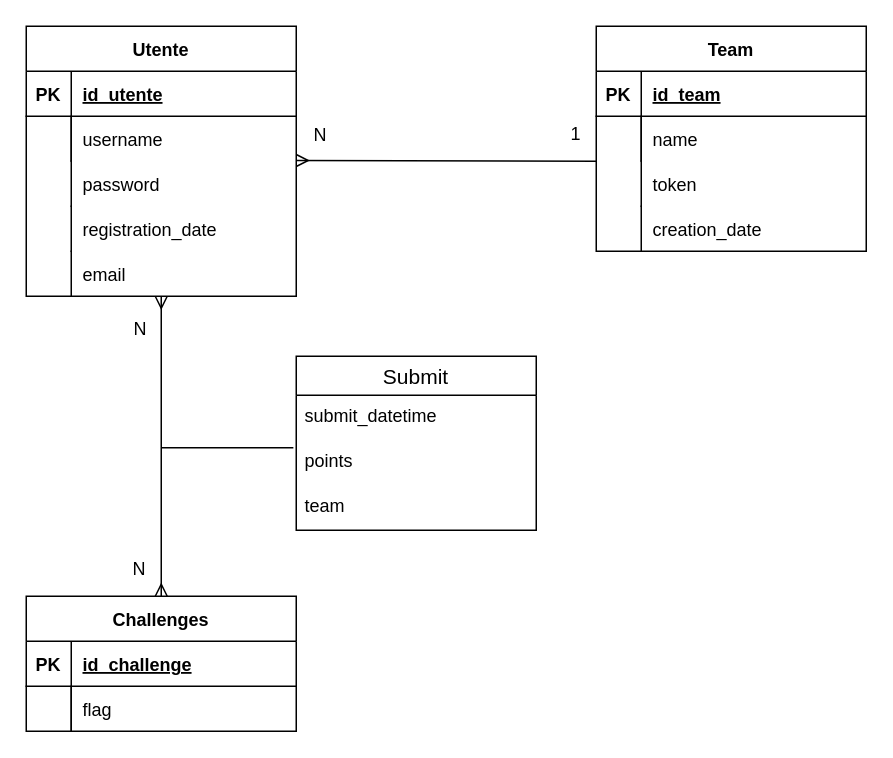
The draw.io diagram db/design/ER_diagram.drawio in FeeeDz/H4ckUs4t1_CTF, before the edit. Source tidied: cells renumbered, new cells numbered last; positions are measured from the earlier drawing's top-left corner, leaving out a move shared by most shapes. Both pictures are drawn from the tidied source at 150%, with x=0, y=0 at pixel (26, 26).
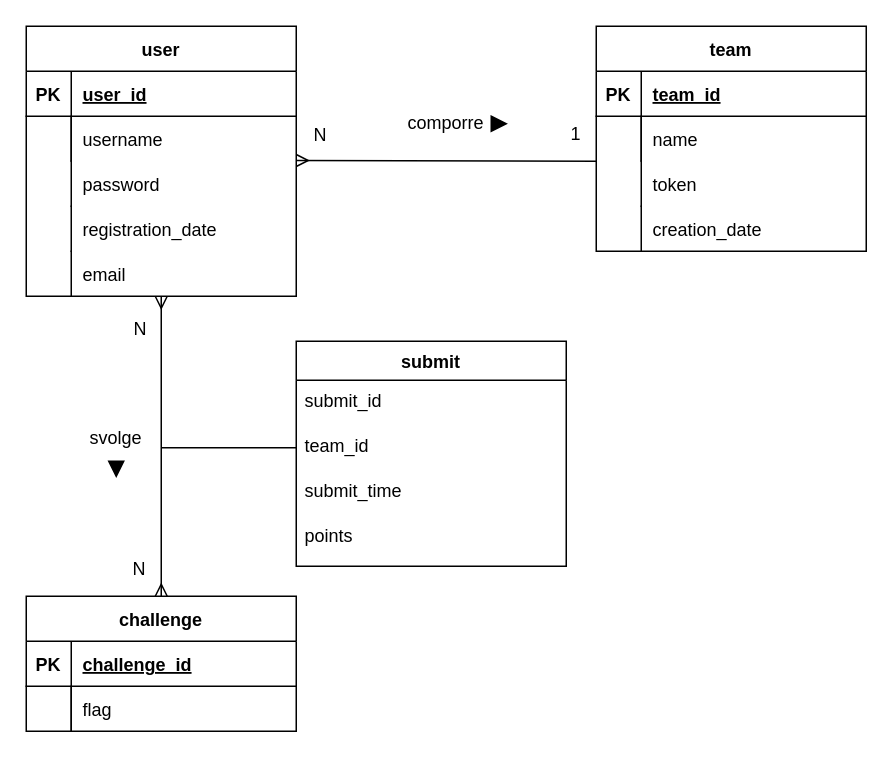
The same diagram, later.

The change refers to these unchanged cells:
```xml
<mxCell id="3" style="group;" parent="1" vertex="1">
  <mxGeometry width="180" height="180" as="geometry" />
</mxCell>
<mxCell id="5" style="shape=partialRectangle;fillColor=none;top=0;left=0;right=0;bottom=1;" parent="4" vertex="1">
  <mxGeometry y="30" width="180" height="30" as="geometry" />
</mxCell>
<mxCell id="22" style="group;" parent="1" vertex="1">
  <mxGeometry x="380" width="180" height="150" as="geometry" />
</mxCell>
<mxCell id="24" style="shape=partialRectangle;fillColor=none;top=0;left=0;right=0;bottom=1;" parent="23" vertex="1">
  <mxGeometry y="30" width="180" height="30" as="geometry" />
</mxCell>
<mxCell id="39" style="shape=partialRectangle;fillColor=none;top=0;left=0;right=0;bottom=1;" parent="38" vertex="1">
  <mxGeometry y="30" width="180" height="30" as="geometry" />
</mxCell>
```

Change to the diagram source:
```diff
@@
-    <mxCell id="4" value="Utente" style="shape=table;startSize=30;childLayout=tableLayout;rowLines=0;fontStyle=1;align=center;" parent="3" vertex="1">
+    <mxCell id="4" value="user" style="shape=table;startSize=30;childLayout=tableLayout;rowLines=0;fontStyle=1;align=center;" parent="3" vertex="1">
       <mxGeometry width="180" height="180" as="geometry" />
     </mxCell>
@@
-    <mxCell id="7" value="id_utente" style="shape=partialRectangle;overflow=hidden;fillColor=none;top=0;left=0;bottom=0;right=0;align=left;spacingLeft=6;fontStyle=5;" parent="5" vertex="1">
+    <mxCell id="7" value="user_id" style="shape=partialRectangle;overflow=hidden;fillColor=none;top=0;left=0;bottom=0;right=0;align=left;spacingLeft=6;fontStyle=5;" parent="5" vertex="1">
       <mxGeometry x="30" width="150" height="30" as="geometry" />
     </mxCell>
@@
-    <mxCell id="23" value="Team" style="shape=table;startSize=30;childLayout=tableLayout;rowLines=0;fontStyle=1;align=center;" parent="22" vertex="1">
+    <mxCell id="23" value="team" style="shape=table;startSize=30;childLayout=tableLayout;rowLines=0;fontStyle=1;align=center;" parent="22" vertex="1">
       <mxGeometry width="180" height="150" as="geometry" />
     </mxCell>
@@
-    <mxCell id="26" value="id_team" style="shape=partialRectangle;overflow=hidden;fillColor=none;top=0;left=0;bottom=0;right=0;align=left;spacingLeft=6;fontStyle=5;" parent="24" vertex="1">
+    <mxCell id="26" value="team_id" style="shape=partialRectangle;overflow=hidden;fillColor=none;top=0;left=0;bottom=0;right=0;align=left;spacingLeft=6;fontStyle=5;" parent="24" vertex="1">
       <mxGeometry x="30" width="150" height="30" as="geometry" />
     </mxCell>
@@
-    <mxCell id="38" value="Challenges" style="shape=table;startSize=30;childLayout=tableLayout;rowLines=0;fontStyle=1;align=center;" parent="1" vertex="1">
+    <mxCell id="38" value="challenge" style="shape=table;startSize=30;childLayout=tableLayout;rowLines=0;fontStyle=1;align=center;" parent="1" vertex="1">
       <mxGeometry y="380" width="180" height="90" as="geometry" />
     </mxCell>
@@
-    <mxCell id="41" value="id_challenge" style="shape=partialRectangle;overflow=hidden;fillColor=none;top=0;left=0;bottom=0;right=0;align=left;spacingLeft=6;fontStyle=5;" parent="39" vertex="1">
+    <mxCell id="41" value="challenge_id" style="shape=partialRectangle;overflow=hidden;fillColor=none;top=0;left=0;bottom=0;right=0;align=left;spacingLeft=6;fontStyle=5;" parent="39" vertex="1">
       <mxGeometry x="30" width="150" height="30" as="geometry" />
     </mxCell>
@@
-    <mxCell id="51" style="endArrow=none;html=1;rounded=0;entryX=-0.012;entryY=0.167;entryDx=0;entryDy=0;entryPerimeter=0;" parent="1" edge="1" target="54">
+    <mxCell id="51" style="endArrow=none;html=1;rounded=0;entryX=0;entryY=0.5;entryDx=0;entryDy=0;" parent="1" edge="1" target="56">
       <mxGeometry relative="1" as="geometry">
         <mxPoint x="90" y="281" as="sourcePoint" />
       </mxGeometry>
     </mxCell>
-    <mxCell id="52" value="Submit" style="swimlane;fontStyle=0;horizontal=1;startSize=26;align=center;fontSize=14;" parent="1" vertex="1">
-      <mxGeometry x="180" y="220" width="160" height="116" as="geometry" />
+    <mxCell id="52" value="submit" style="swimlane;fontStyle=1;horizontal=1;startSize=26;align=center;fontSize=12;" parent="1" vertex="1">
+      <mxGeometry x="180" y="210" width="180" height="150" as="geometry" />
     </mxCell>
-    <mxCell id="53" value="submit_datetime" style="text;strokeColor=none;fillColor=none;spacingLeft=4;spacingRight=4;overflow=hidden;fontSize=12;" parent="52" vertex="1">
-      <mxGeometry y="26" width="160" height="30" as="geometry" />
+    <mxCell id="53" value="submit_id" style="text;strokeColor=none;fillColor=none;spacingLeft=4;spacingRight=4;overflow=hidden;fontSize=12;" parent="52" vertex="1">
+      <mxGeometry y="26" width="180" height="30" as="geometry" />
     </mxCell>
+    <mxCell id="56" value="team_id" style="text;strokeColor=none;fillColor=none;spacingLeft=4;spacingRight=4;overflow=hidden;points=[[0,0.5],[1,0.5]];portConstraint=eastwest;fontSize=12;" parent="52" vertex="1">
+      <mxGeometry y="56" width="180" height="30" as="geometry" />
+    </mxCell>
-    <mxCell id="54" value="points" style="text;strokeColor=none;fillColor=none;spacingLeft=4;spacingRight=4;overflow=hidden;points=[[0,0.5],[1,0.5]];portConstraint=eastwest;fontSize=12;" parent="52" vertex="1">
-      <mxGeometry y="56" width="160" height="30" as="geometry" />
+    <mxCell id="54" value="submit_time" style="text;strokeColor=none;fillColor=none;spacingLeft=4;spacingRight=4;overflow=hidden;points=[[0,0.5],[1,0.5]];portConstraint=eastwest;fontSize=12;" parent="52" vertex="1">
+      <mxGeometry y="86" width="180" height="30" as="geometry" />
     </mxCell>
-    <mxCell id="55" value="team" style="text;strokeColor=none;fillColor=none;spacingLeft=4;spacingRight=4;overflow=hidden;fontSize=12;" parent="52" vertex="1">
-      <mxGeometry y="86" width="160" height="30" as="geometry" />
+    <mxCell id="55" value="points" style="text;strokeColor=none;fillColor=none;spacingLeft=4;spacingRight=4;overflow=hidden;fontSize=12;imageAspect=1;" parent="52" vertex="1">
+      <mxGeometry y="116" width="180" height="34" as="geometry" />
     </mxCell>
+    <mxCell id="57" value="comporre" style="text;html=1;strokeColor=none;fillColor=none;align=center;verticalAlign=middle;whiteSpace=wrap;rounded=0;fontSize=12;" parent="1" vertex="1">
+      <mxGeometry x="250" y="50" width="60" height="30" as="geometry" />
+    </mxCell>
+    <mxCell id="58" style="triangle;whiteSpace=wrap;html=1;fontSize=12;strokeColor=default;fillColor=#000000;" parent="1" vertex="1">
+      <mxGeometry x="310" y="60" width="10" height="10" as="geometry" />
+    </mxCell>
+    <mxCell id="59" value="svolge" style="text;html=1;strokeColor=none;fillColor=none;align=center;verticalAlign=middle;whiteSpace=wrap;rounded=0;fontSize=12;" parent="1" vertex="1">
+      <mxGeometry x="30" y="260" width="60" height="30" as="geometry" />
+    </mxCell>
+    <mxCell id="60" style="triangle;whiteSpace=wrap;html=1;fontSize=12;strokeColor=default;fillColor=#000000;rotation=90;" parent="1" vertex="1">
+      <mxGeometry x="55" y="290" width="10" height="10" as="geometry" />
+    </mxCell>
```
